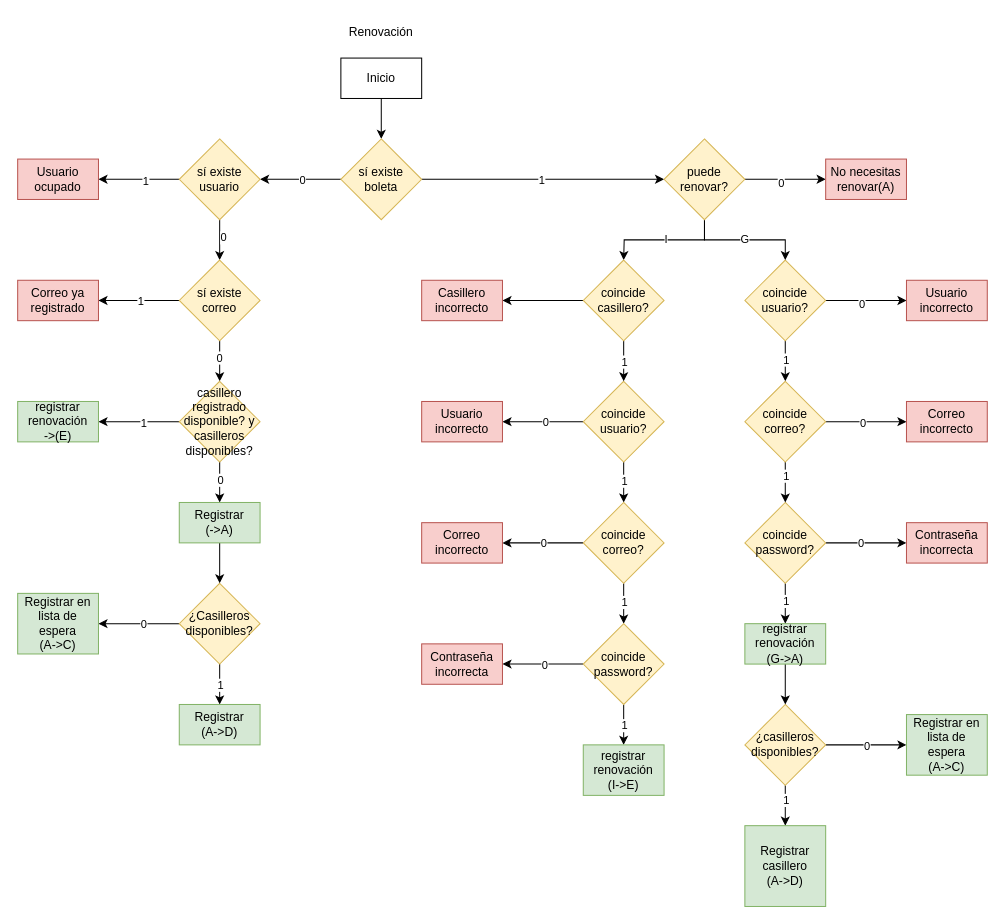
Earlier version of the draw.io diagram page "diagramaRenovación" (5 of 8) of db/diagramasBD.drawio (yaeef/Proyecto-locker). Source tidied: cells renumbered, new cells numbered last; positions are measured from the earlier drawing's top-left corner, leaving out a move shared by most shapes. Both pictures are drawn from the tidied source at 101%, with x=0, y=0 at pixel (17, 17).
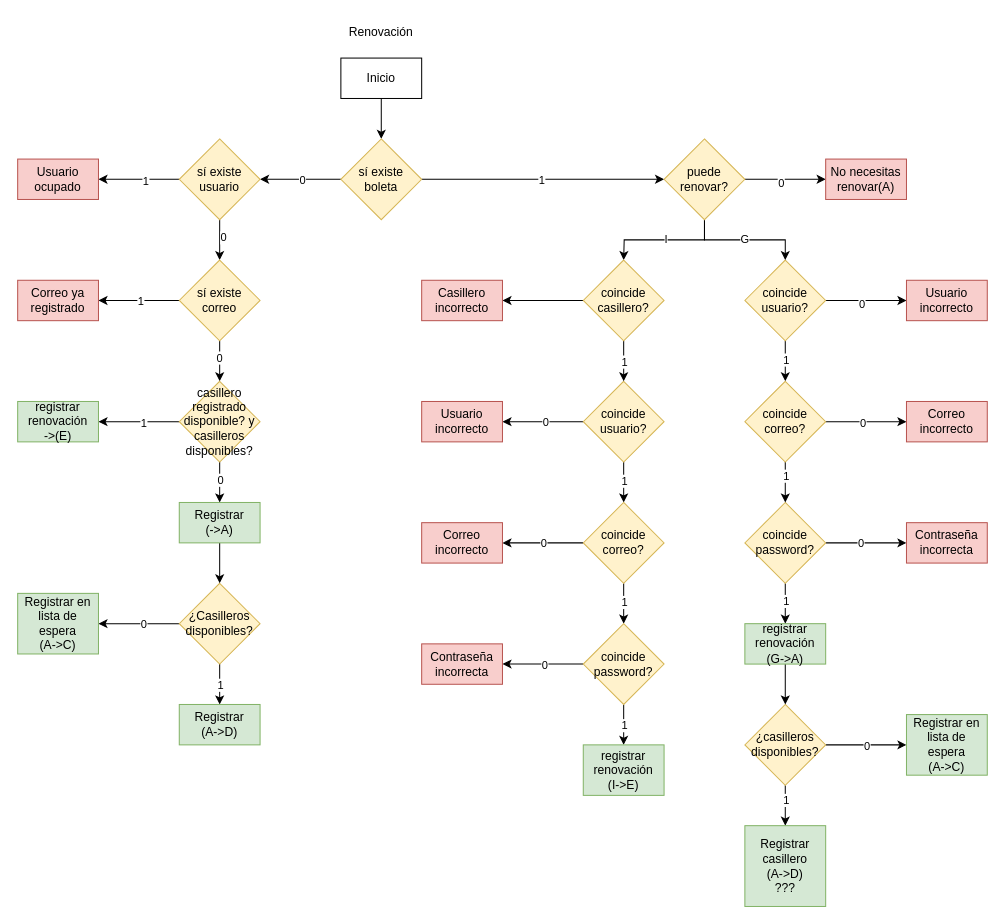
After the change.

Diff of the diagram source:
```diff
@@
-    <mxCell id="82" value="Registrar casillero&lt;br&gt;(A-&amp;gt;D)" style="rounded=0;whiteSpace=wrap;html=1;fillColor=#d5e8d4;strokeColor=#82b366;" parent="1" vertex="1">
+    <mxCell id="82" value="Registrar casillero&lt;br&gt;(A-&amp;gt;D)&lt;div&gt;???&lt;/div&gt;" style="rounded=0;whiteSpace=wrap;html=1;fillColor=#d5e8d4;strokeColor=#82b366;" parent="1" vertex="1">
       <mxGeometry x="720" y="800" width="80" height="80" as="geometry" />
     </mxCell>
```
